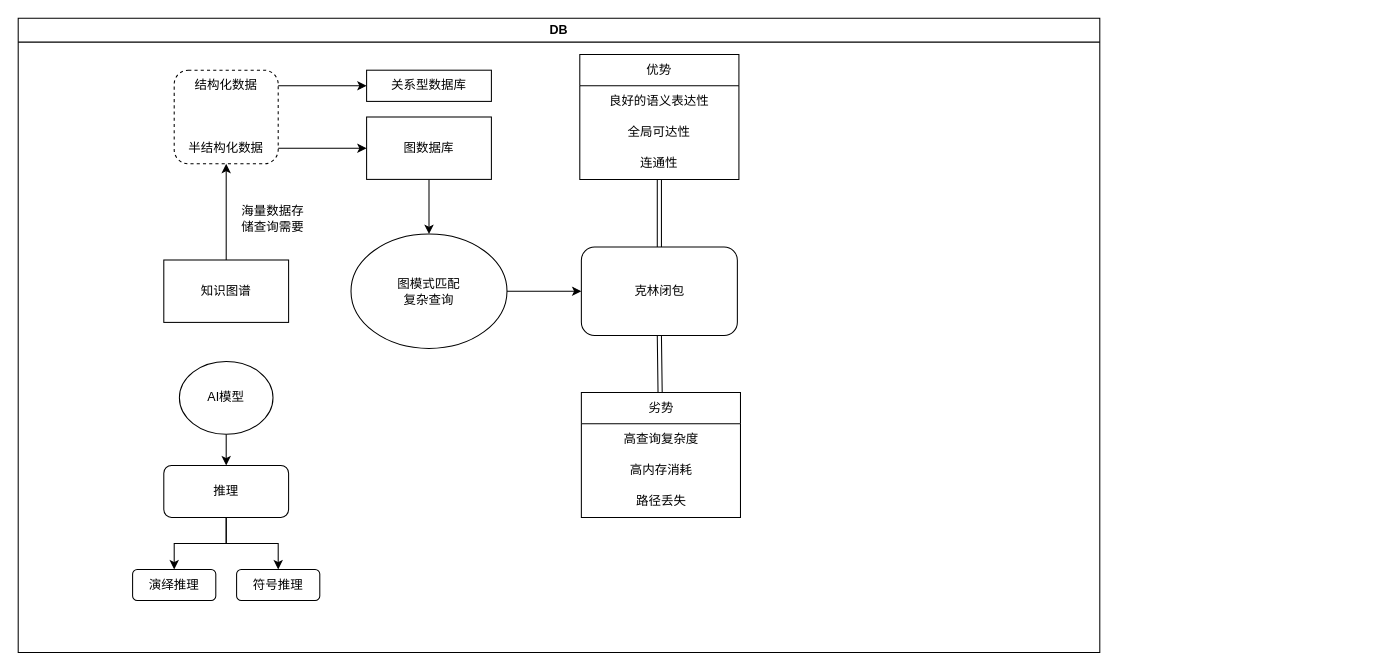
Before: 研究背景.drawio in Haosen-Wang/rgznxdff, a draw.io diagram. Source tidied: cells renumbered, new cells numbered last; positions are measured from the earlier drawing's top-left corner, leaving out a move shared by most shapes. Both pictures are drawn from the tidied source at 104%, with x=0, y=0 at pixel (18, 18).
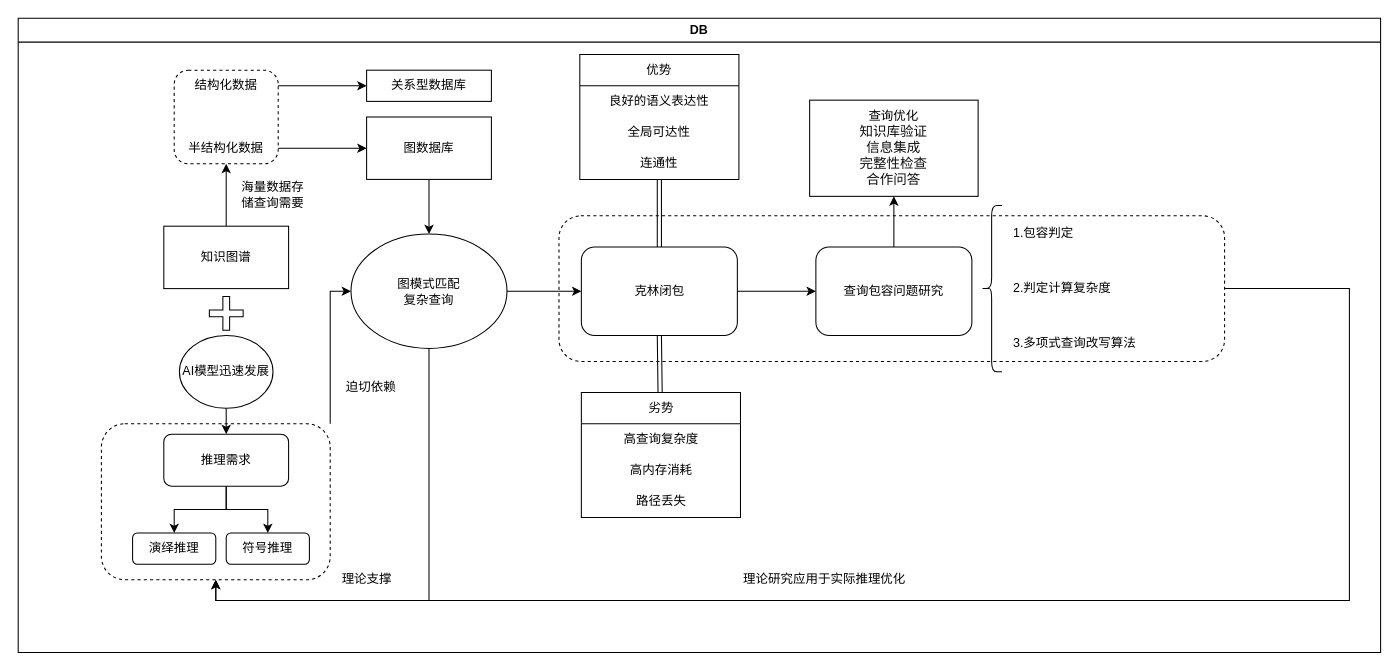
The same diagram, later.

Commit message:
更新研究背景.drawio

The change refers to these unchanged cells:
```xml
<mxCell id="11" value="图模式匹配&lt;div&gt;复杂查询&lt;/div&gt;" style="ellipse;whiteSpace=wrap;html=1;" parent="2" vertex="1">
  <mxGeometry x="320" y="207.5" width="150" height="110" as="geometry" />
</mxCell>
<mxCell id="12" value="克林闭包" style="rounded=1;whiteSpace=wrap;html=1;" parent="2" vertex="1">
  <mxGeometry x="541.5" y="220" width="150" height="85" as="geometry" />
</mxCell>
```

Change to the diagram source:
```diff
@@
-    <mxCell id="2" value="DB" style="swimlane;whiteSpace=wrap;html=1;align=center;" parent="1" vertex="1">
-      <mxGeometry width="1040" height="610" as="geometry" />
+    <mxCell id="2" value="DB" style="swimlane;whiteSpace=wrap;html=1;align=center;glass=0;" parent="1" vertex="1">
+      <mxGeometry width="1310" height="610" as="geometry" />
     </mxCell>
@@
+    <mxCell id="41" style="edgeStyle=orthogonalEdgeStyle;rounded=0;jettySize=auto;html=1;entryX=0.5;entryY=1;entryDx=0;entryDy=0;exitX=0.5;exitY=1;exitDx=0;exitDy=0;" parent="2" edge="1" source="11" target="56">
+      <mxGeometry relative="1" as="geometry" />
+    </mxCell>
@@
+    <mxCell id="42" style="edgeStyle=orthogonalEdgeStyle;rounded=0;jettySize=auto;html=1;entryX=0;entryY=0.5;entryDx=0;entryDy=0;" parent="2" edge="1" source="12" target="44">
+      <mxGeometry relative="1" as="geometry" />
+    </mxCell>
@@
-    <mxCell id="23" style="shape=table;startSize=0;childLayout=tableLayout;fontSize=20;fillColor=none;strokeColor=none;" parent="2" vertex="1">
-      <mxGeometry x="568.5" y="192.5" width="170" height="117.5" as="geometry" />
-    </mxCell>
-    <mxCell id="24" style="shape=tableRow;horizontal=0;startSize=0;swimlaneHead=0;swimlaneBody=0;strokeColor=inherit;top=0;left=0;bottom=0;right=0;fillColor=none;fontSize=16;" parent="23" vertex="1">
-      <mxGeometry width="170" height="39" as="geometry" />
-    </mxCell>
-    <mxCell id="25" style="shape=partialRectangle;html=1;whiteSpace=wrap;strokeColor=inherit;overflow=hidden;fillColor=none;top=0;left=0;bottom=0;right=0;fontSize=20;align=left;spacingLeft=5;" parent="24" vertex="1">
-      <mxGeometry width="170" height="39" as="geometry" />
-    </mxCell>
-    <mxCell id="26" style="shape=tableRow;horizontal=0;startSize=0;swimlaneHead=0;swimlaneBody=0;strokeColor=inherit;top=0;left=0;bottom=0;right=0;fillColor=none;fontSize=16;" parent="23" vertex="1">
-      <mxGeometry y="39" width="170" height="41" as="geometry" />
-    </mxCell>
-    <mxCell id="27" style="shape=partialRectangle;html=1;whiteSpace=wrap;strokeColor=inherit;overflow=hidden;fillColor=none;top=0;left=0;bottom=0;right=0;fontSize=20;align=left;spacingLeft=5;" parent="26" vertex="1">
-      <mxGeometry width="170" height="41" as="geometry" />
-    </mxCell>
-    <mxCell id="28" style="shape=tableRow;horizontal=0;startSize=0;swimlaneHead=0;swimlaneBody=0;strokeColor=inherit;top=0;left=0;bottom=0;right=0;fillColor=none;fontSize=16;" parent="23" vertex="1">
-      <mxGeometry y="80" width="170" height="38" as="geometry" />
-    </mxCell>
-    <mxCell id="29" style="shape=partialRectangle;html=1;whiteSpace=wrap;strokeColor=inherit;overflow=hidden;fillColor=none;top=0;left=0;bottom=0;right=0;fontSize=20;align=left;spacingLeft=5;" parent="28" vertex="1">
-      <mxGeometry width="170" height="38" as="geometry" />
-    </mxCell>
@@
     <mxCell id="31" value="知识图谱" style="rounded=0;whiteSpace=wrap;html=1;" parent="2" vertex="1">
-      <mxGeometry x="140" y="232.5" width="120" height="60" as="geometry" />
+      <mxGeometry x="140" y="200" width="120" height="60" as="geometry" />
     </mxCell>
     <mxCell id="32" value="海量数据存储查询需要" style="text;html=1;align=center;verticalAlign=middle;whiteSpace=wrap;rounded=0;" parent="2" vertex="1">
-      <mxGeometry x="210" y="177.5" width="70" height="30" as="geometry" />
+      <mxGeometry x="210" y="155" width="70" height="30" as="geometry" />
     </mxCell>
@@
-    <mxCell id="34" value="AI模型" style="ellipse;whiteSpace=wrap;html=1;" parent="2" vertex="1">
-      <mxGeometry x="155" y="330" width="90" height="70" as="geometry" />
+    <mxCell id="34" value="AI模型迅速发展" style="ellipse;whiteSpace=wrap;html=1;" parent="2" vertex="1">
+      <mxGeometry x="155" y="305" width="90" height="70" as="geometry" />
     </mxCell>
@@
-    <mxCell id="38" value="推理" style="rounded=1;whiteSpace=wrap;html=1;" parent="2" vertex="1">
-      <mxGeometry x="140" y="430" width="120" height="50" as="geometry" />
+    <mxCell id="38" value="推理需求" style="rounded=1;whiteSpace=wrap;html=1;" parent="2" vertex="1">
+      <mxGeometry x="140" y="400" width="120" height="50" as="geometry" />
     </mxCell>
     <mxCell id="39" value="演绎推理" style="rounded=1;whiteSpace=wrap;html=1;" parent="2" vertex="1">
-      <mxGeometry x="110" y="530" width="80" height="30" as="geometry" />
+      <mxGeometry x="110" y="495" width="80" height="30" as="geometry" />
     </mxCell>
     <mxCell id="40" value="符号推理" style="rounded=1;whiteSpace=wrap;html=1;" parent="2" vertex="1">
-      <mxGeometry x="210" y="530" width="80" height="30" as="geometry" />
+      <mxGeometry x="200" y="495" width="80" height="30" as="geometry" />
     </mxCell>
+    <mxCell id="43" style="edgeStyle=orthogonalEdgeStyle;rounded=0;jettySize=auto;html=1;entryX=0.5;entryY=1;entryDx=0;entryDy=0;" parent="2" edge="1" source="44" target="45">
+      <mxGeometry relative="1" as="geometry" />
+    </mxCell>
+    <mxCell id="44" value="查询包容问题研究" style="rounded=1;whiteSpace=wrap;html=1;" parent="2" vertex="1">
+      <mxGeometry x="767" y="220" width="150" height="85" as="geometry" />
+    </mxCell>
+    <mxCell id="45" value="查询优化&lt;div&gt;&lt;span style=&quot;color: rgba(0, 0, 0, 0.95); font-family: Inter, -apple-system, BlinkMacSystemFont, &amp;quot;Segoe UI&amp;quot;, &amp;quot;SF Pro SC&amp;quot;, &amp;quot;SF Pro Display&amp;quot;, &amp;quot;SF Pro Icons&amp;quot;, &amp;quot;PingFang SC&amp;quot;, &amp;quot;Hiragino Sans GB&amp;quot;, &amp;quot;Microsoft YaHei&amp;quot;, &amp;quot;Helvetica Neue&amp;quot;, Helvetica, Arial, sans-serif; font-size: 13px; text-align: start;&quot;&gt;知识库验证&lt;/span&gt;&lt;/div&gt;&lt;div&gt;&lt;span style=&quot;color: rgba(0, 0, 0, 0.95); font-family: Inter, -apple-system, BlinkMacSystemFont, &amp;quot;Segoe UI&amp;quot;, &amp;quot;SF Pro SC&amp;quot;, &amp;quot;SF Pro Display&amp;quot;, &amp;quot;SF Pro Icons&amp;quot;, &amp;quot;PingFang SC&amp;quot;, &amp;quot;Hiragino Sans GB&amp;quot;, &amp;quot;Microsoft YaHei&amp;quot;, &amp;quot;Helvetica Neue&amp;quot;, Helvetica, Arial, sans-serif; font-size: 13px; text-align: start;&quot;&gt;信息集成&lt;/span&gt;&lt;/div&gt;&lt;div&gt;&lt;span style=&quot;color: rgba(0, 0, 0, 0.95); font-family: Inter, -apple-system, BlinkMacSystemFont, &amp;quot;Segoe UI&amp;quot;, &amp;quot;SF Pro SC&amp;quot;, &amp;quot;SF Pro Display&amp;quot;, &amp;quot;SF Pro Icons&amp;quot;, &amp;quot;PingFang SC&amp;quot;, &amp;quot;Hiragino Sans GB&amp;quot;, &amp;quot;Microsoft YaHei&amp;quot;, &amp;quot;Helvetica Neue&amp;quot;, Helvetica, Arial, sans-serif; font-size: 13px; text-align: start;&quot;&gt;完整性检查&lt;/span&gt;&lt;/div&gt;&lt;div&gt;&lt;span style=&quot;color: rgba(0, 0, 0, 0.95); font-family: Inter, -apple-system, BlinkMacSystemFont, &amp;quot;Segoe UI&amp;quot;, &amp;quot;SF Pro SC&amp;quot;, &amp;quot;SF Pro Display&amp;quot;, &amp;quot;SF Pro Icons&amp;quot;, &amp;quot;PingFang SC&amp;quot;, &amp;quot;Hiragino Sans GB&amp;quot;, &amp;quot;Microsoft YaHei&amp;quot;, &amp;quot;Helvetica Neue&amp;quot;, Helvetica, Arial, sans-serif; font-size: 13px; text-align: start;&quot;&gt;合作问答&lt;/span&gt;&lt;span style=&quot;color: rgba(0, 0, 0, 0.95); font-family: Inter, -apple-system, BlinkMacSystemFont, &amp;quot;Segoe UI&amp;quot;, &amp;quot;SF Pro SC&amp;quot;, &amp;quot;SF Pro Display&amp;quot;, &amp;quot;SF Pro Icons&amp;quot;, &amp;quot;PingFang SC&amp;quot;, &amp;quot;Hiragino Sans GB&amp;quot;, &amp;quot;Microsoft YaHei&amp;quot;, &amp;quot;Helvetica Neue&amp;quot;, Helvetica, Arial, sans-serif; font-size: 13px; text-align: start;&quot;&gt;&lt;/span&gt;&lt;/div&gt;" style="rounded=0;whiteSpace=wrap;html=1;" parent="2" vertex="1">
+      <mxGeometry x="761" y="78.8" width="162" height="92.5" as="geometry" />
+    </mxCell>
+    <mxCell id="46" style="shape=curlyBracket;whiteSpace=wrap;html=1;rounded=1;labelPosition=left;verticalLabelPosition=middle;align=right;verticalAlign=middle;" parent="2" vertex="1">
+      <mxGeometry x="926" y="180" width="20" height="160" as="geometry" />
+    </mxCell>
+    <mxCell id="47" style="shape=table;startSize=0;childLayout=tableLayout;fontSize=11;fillColor=none;strokeColor=none;" parent="2" vertex="1">
+      <mxGeometry x="950" y="180" width="170" height="160" as="geometry" />
+    </mxCell>
+    <mxCell id="48" style="shape=tableRow;horizontal=0;startSize=0;swimlaneHead=0;swimlaneBody=0;strokeColor=inherit;top=0;left=0;bottom=0;right=0;fillColor=none;fontSize=16;" parent="47" vertex="1">
+      <mxGeometry width="170" height="54" as="geometry" />
+    </mxCell>
+    <mxCell id="49" value="1.包容判定" style="shape=partialRectangle;html=1;whiteSpace=wrap;strokeColor=inherit;overflow=hidden;fillColor=none;top=0;left=0;bottom=0;right=0;fontSize=12;align=left;spacingLeft=5;" parent="48" vertex="1">
+      <mxGeometry width="170" height="54" as="geometry" />
+    </mxCell>
+    <mxCell id="50" style="shape=tableRow;horizontal=0;startSize=0;swimlaneHead=0;swimlaneBody=0;strokeColor=inherit;top=0;left=0;bottom=0;right=0;fillColor=none;fontSize=16;" parent="47" vertex="1">
+      <mxGeometry y="54" width="170" height="52" as="geometry" />
+    </mxCell>
+    <mxCell id="51" value="2.判定计算复杂度" style="shape=partialRectangle;html=1;whiteSpace=wrap;strokeColor=inherit;overflow=hidden;fillColor=none;top=0;left=0;bottom=0;right=0;fontSize=12;align=left;spacingLeft=5;" parent="50" vertex="1">
+      <mxGeometry width="170" height="52" as="geometry" />
+    </mxCell>
+    <mxCell id="52" style="shape=tableRow;horizontal=0;startSize=0;swimlaneHead=0;swimlaneBody=0;strokeColor=inherit;top=0;left=0;bottom=0;right=0;fillColor=none;fontSize=16;" parent="47" vertex="1">
+      <mxGeometry y="106" width="170" height="54" as="geometry" />
+    </mxCell>
+    <mxCell id="53" value="3.多项式查询改写算法" style="shape=partialRectangle;html=1;whiteSpace=wrap;strokeColor=inherit;overflow=hidden;fillColor=none;top=0;left=0;bottom=0;right=0;fontSize=12;align=left;spacingLeft=5;" parent="52" vertex="1">
+      <mxGeometry width="170" height="54" as="geometry" />
+    </mxCell>
+    <mxCell id="54" style="shape=cross;whiteSpace=wrap;html=1;size=0.2;" parent="2" vertex="1">
+      <mxGeometry x="183.8" y="267.5" width="32.5" height="32.5" as="geometry" />
+    </mxCell>
+    <mxCell id="55" style="edgeStyle=orthogonalEdgeStyle;rounded=0;jettySize=auto;html=1;entryX=0;entryY=0.5;entryDx=0;entryDy=0;" parent="2" edge="1" source="56" target="11">
+      <mxGeometry relative="1" as="geometry">
+        <Array as="points">
+          <mxPoint x="300" y="263" />
+        </Array>
+      </mxGeometry>
+    </mxCell>
+    <mxCell id="56" style="rounded=1;whiteSpace=wrap;html=1;fillColor=none;dashed=1;" parent="2" vertex="1">
+      <mxGeometry x="80" y="390" width="220" height="150" as="geometry" />
+    </mxCell>
+    <mxCell id="57" value="理论支撑" style="text;html=1;align=center;verticalAlign=middle;strokeColor=none;fillColor=none;" parent="2" vertex="1">
+      <mxGeometry x="300" y="525" width="70" height="30" as="geometry" />
+    </mxCell>
+    <mxCell id="58" value="迫切依赖" style="text;html=1;align=center;verticalAlign=middle;strokeColor=none;fillColor=none;" parent="2" vertex="1">
+      <mxGeometry x="304" y="340" width="70" height="30" as="geometry" />
+    </mxCell>
+    <mxCell id="59" style="edgeStyle=orthogonalEdgeStyle;rounded=0;jettySize=auto;html=1;entryX=0.5;entryY=1;entryDx=0;entryDy=0;exitX=1;exitY=0.5;exitDx=0;exitDy=0;" parent="2" edge="1" source="60" target="56">
+      <mxGeometry relative="1" as="geometry">
+        <Array as="points">
+          <mxPoint x="1280" y="260" />
+          <mxPoint x="1280" y="560" />
+          <mxPoint x="190" y="560" />
+        </Array>
+      </mxGeometry>
+    </mxCell>
+    <mxCell id="60" style="rounded=1;whiteSpace=wrap;html=1;fillColor=none;dashed=1;" parent="2" vertex="1">
+      <mxGeometry x="520" y="190" width="640" height="140" as="geometry" />
+    </mxCell>
+    <mxCell id="61" value="理论研究应用于实际推理优化" style="text;html=1;align=center;verticalAlign=middle;strokeColor=none;fillColor=none;" parent="2" vertex="1">
+      <mxGeometry x="685" y="525" width="180" height="30" as="geometry" />
+    </mxCell>
```
